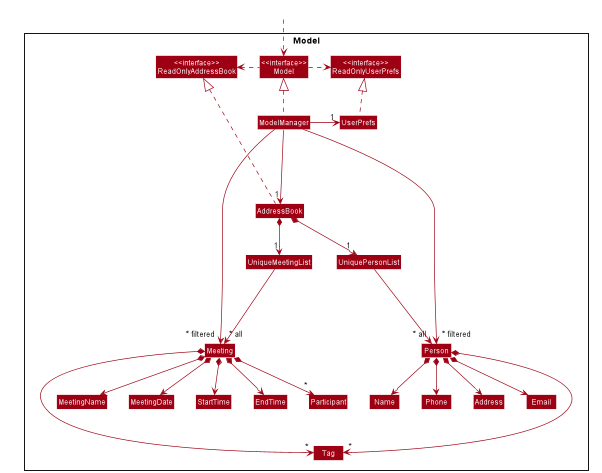
Earlier version of the PlantUML export docs/images/ModelClassDiagram.png (tomascherian/tp). Source of this version:
```plantuml
@startuml
!include style.puml
skinparam arrowThickness 1.1
skinparam arrowColor MODEL_COLOR
skinparam classBackgroundColor MODEL_COLOR

Package Model <<Rectangle>>{
Class "<<interface>>\nReadOnlyAddressBook" as ReadOnlyAddressBook
Class "<<interface>>\nReadOnlyUserPrefs" as ReadOnlyUserPrefs
Class "<<interface>>\nModel" as Model
Class AddressBook
Class ModelManager
Class UserPrefs

Class UniquePersonList
Class Person
Class Address
Class Email
Class Name
Class Phone

Class Tag

Class UniqueMeetingList
Class Meeting
Class MeetingName
Class MeetingDate
Class StartTime
Class EndTime
Class Participant

}

Class HiddenOutside #FFFFFF
HiddenOutside ..> Model

AddressBook .up.|> ReadOnlyAddressBook

Model .right.> ReadOnlyUserPrefs
Model .left.> ReadOnlyAddressBook
ModelManager -down--> "1" AddressBook
ModelManager -right-> "1" UserPrefs
ModelManager .up.|> Model
UserPrefs .up.|> ReadOnlyUserPrefs

AddressBook *--> "1" UniquePersonList
AddressBook *--> "1" UniqueMeetingList


UniquePersonList ---> "~* all" Person
Person *--> Name
Person *--> Phone
Person *--> Email
Person *--> Address
Person *-down--> "*" Tag

UniqueMeetingList ---> "~* all" Meeting
Meeting *--> MeetingName
Meeting *--> MeetingDate
Meeting *--> StartTime
Meeting *--> EndTime
Meeting *--> "*" Participant
Meeting *-down--> "*" Tag

Name -[hidden]right- Phone
Phone -[hidden]right- Address
Address -[hidden]right- Email

MeetingName -[hidden]right- MeetingDate
MeetingDate -[hidden]right- StartTime
StartTime -[hidden]right- EndTime
EndTime -[hidden]right- Participant


Participant -[hidden]->Tag
ModelManager -->"~* filtered" Person
ModelManager -->"~* filtered" Meeting
@enduml
```
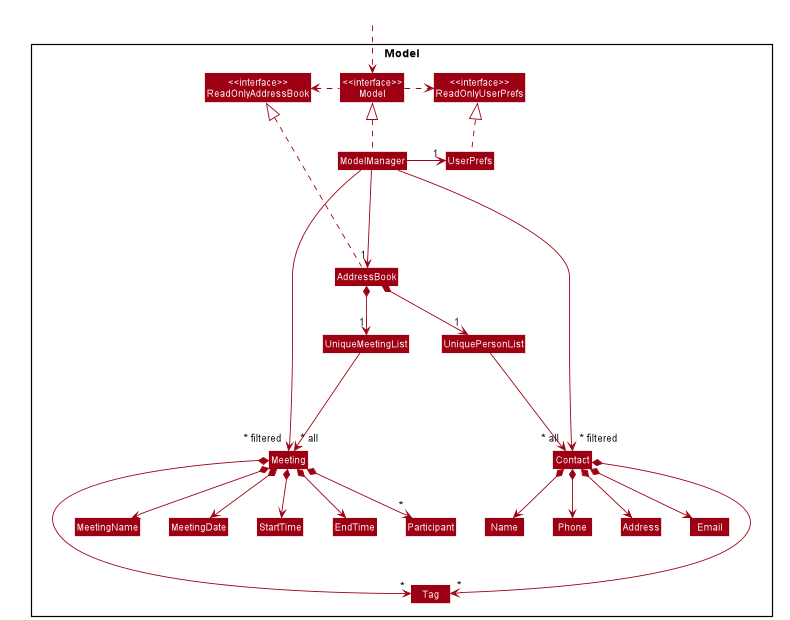
Above is the later version.

Commit message:
Fix minor typos in diagrams and DG

What changed in the source:
```diff
@@ -13,7 +13,7 @@
 Class UserPrefs
 
 Class UniquePersonList
-Class Person
+Class Contact
 Class Address
 Class Email
 Class Name
@@ -47,12 +47,12 @@
 AddressBook *--> "1" UniqueMeetingList
 
 
-UniquePersonList ---> "~* all" Person
-Person *--> Name
-Person *--> Phone
-Person *--> Email
-Person *--> Address
-Person *-down--> "*" Tag
+UniquePersonList ---> "~* all" Contact
+Contact *--> Name
+Contact *--> Phone
+Contact *--> Email
+Contact *--> Address
+Contact *-down--> "*" Tag
 
 UniqueMeetingList ---> "~* all" Meeting
 Meeting *--> MeetingName
@@ -73,6 +73,6 @@
 
 
 Participant -[hidden]->Tag
-ModelManager -->"~* filtered" Person
+ModelManager -->"~* filtered" Contact
 ModelManager -->"~* filtered" Meeting
 @enduml
```
